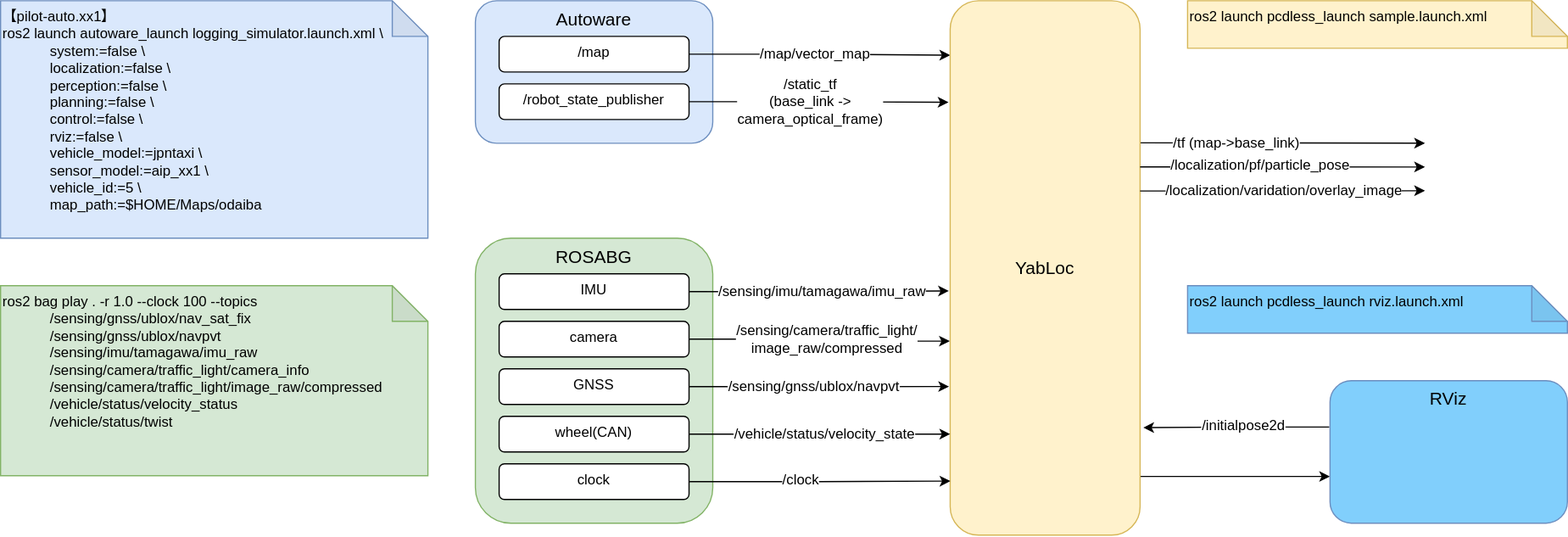
rsasaki0109/YabLoc keeps this draw.io diagram as docs/how_to_launch_with_rosbag.drawio.svg. Above is the earlier version. Source tidied: cells renumbered, new cells last; positions are measured from the earlier drawing's top-left corner, leaving out a move shared by most shapes.
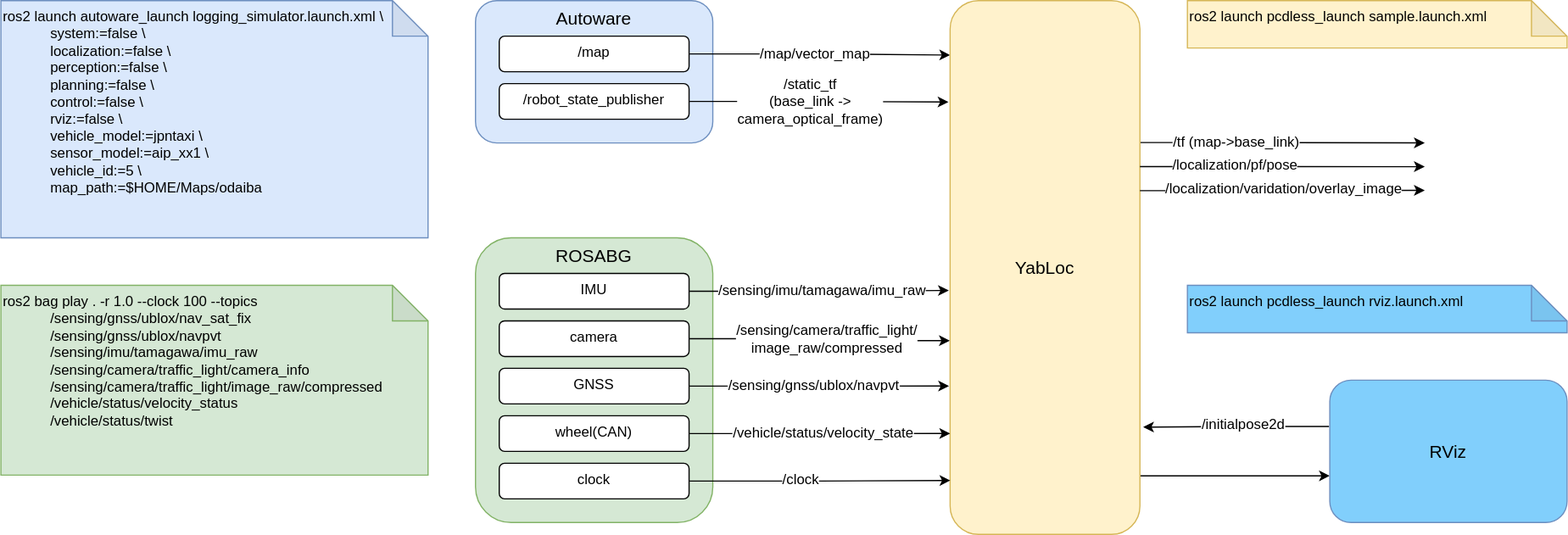
The same file after the commit.

Diff of the diagram source:
```diff
@@ -112,7 +112,7 @@
     <mxCell id="31" value="/initialpose2d" style="edgeLabel;html=1;align=center;verticalAlign=middle;fontSize=12;fontColor=#000000;" parent="30" vertex="1">
       <mxGeometry x="-0.08" y="-1" relative="1" as="geometry" />
     </mxCell>
-    <mxCell id="32" value="&lt;font style=&quot;font-size: 15px;&quot;&gt;RViz&lt;/font&gt;" style="rounded=1;whiteSpace=wrap;html=1;verticalAlign=top;fillColor=#81CFFC;strokeColor=#6c8ebf;" parent="1" vertex="1">
+    <mxCell id="32" value="&lt;font style=&quot;font-size: 15px;&quot;&gt;RViz&lt;/font&gt;" style="rounded=1;whiteSpace=wrap;html=1;verticalAlign=middle;fillColor=#81CFFC;strokeColor=#6c8ebf;" parent="1" vertex="1">
       <mxGeometry x="1120" y="320" width="200" height="120" as="geometry" />
     </mxCell>
     <mxCell id="33" value="&lt;font style=&quot;&quot;&gt;&lt;font style=&quot;font-size: 12px;&quot;&gt;&amp;nbsp;ros2 launch pcdless_launch rviz.launch.xml&lt;/font&gt;&lt;br&gt;&lt;/font&gt;" style="shape=note;whiteSpace=wrap;html=1;backgroundOutline=1;darkOpacity=0.05;align=left;verticalAlign=top;fillColor=#81CFFC;strokeColor=#6c8ebf;" parent="1" vertex="1">
@@ -123,9 +123,9 @@
         <mxPoint x="1200" y="140" as="targetPoint" />
       </mxGeometry>
     </mxCell>
-    <mxCell id="35" value="/localization/pf/particle_pose" style="edgeLabel;html=1;align=center;verticalAlign=middle;fontSize=12;fontColor=#000000;" parent="34" vertex="1">
+    <mxCell id="35" value="/localization/pf/pose" style="edgeLabel;html=1;align=center;verticalAlign=middle;fontSize=12;fontColor=#000000;" parent="34" vertex="1">
       <mxGeometry x="-0.11" y="1" relative="1" as="geometry">
-        <mxPoint x="-6" as="offset" />
+        <mxPoint x="-26" as="offset" />
       </mxGeometry>
     </mxCell>
     <mxCell id="36" style="edgeStyle=orthogonalEdgeStyle;rounded=0;jettySize=auto;html=1;fontSize=8;fontColor=#000000;exitX=1;exitY=0.356;exitDx=0;exitDy=0;exitPerimeter=0;" parent="1" edge="1" source="13">
@@ -141,7 +141,7 @@
     <mxCell id="38" value="&lt;div style=&quot;&quot;&gt;&lt;div style=&quot;&quot;&gt;&lt;font style=&quot;font-size: 12px;&quot;&gt;ros2 bag play . -r 1.0 --clock 100 --topics&lt;/font&gt;&lt;/div&gt;&lt;/div&gt;&lt;blockquote style=&quot;margin: 0px 0px 0px 40px; border: none; padding: 0px;&quot;&gt;&lt;div style=&quot;&quot;&gt;&lt;div&gt;&lt;font style=&quot;font-size: 12px;&quot;&gt;/sensing/gnss/ublox/nav_sat_fix&lt;/font&gt;&lt;/div&gt;&lt;/div&gt;&lt;div style=&quot;&quot;&gt;&lt;div&gt;&lt;font style=&quot;font-size: 12px;&quot;&gt;/sensing/gnss/ublox/navpvt&lt;/font&gt;&lt;/div&gt;&lt;/div&gt;&lt;div style=&quot;&quot;&gt;&lt;div&gt;&lt;font style=&quot;font-size: 12px;&quot;&gt;/sensing/imu/tamagawa/imu_raw&amp;nbsp;&lt;/font&gt;&lt;/div&gt;&lt;/div&gt;&lt;div style=&quot;&quot;&gt;&lt;div&gt;&lt;font style=&quot;font-size: 12px;&quot;&gt;/sensing/camera/traffic_light/camera_info&lt;/font&gt;&lt;/div&gt;&lt;/div&gt;&lt;div style=&quot;&quot;&gt;&lt;div&gt;&lt;font style=&quot;font-size: 12px;&quot;&gt;/sensing/camera/traffic_light/image_raw/compressed&lt;/font&gt;&lt;/div&gt;&lt;/div&gt;&lt;div style=&quot;&quot;&gt;&lt;div&gt;&lt;font style=&quot;font-size: 12px;&quot;&gt;/vehicle/status/velocity_status&lt;/font&gt;&lt;/div&gt;&lt;/div&gt;&lt;div style=&quot;&quot;&gt;&lt;div&gt;&lt;font style=&quot;font-size: 12px;&quot;&gt;/vehicle/status/twist&lt;/font&gt;&lt;/div&gt;&lt;/div&gt;&lt;/blockquote&gt;&lt;div style=&quot;&quot;&gt;&lt;div&gt;&lt;br&gt;&lt;/div&gt;&lt;/div&gt;" style="shape=note;whiteSpace=wrap;html=1;backgroundOutline=1;darkOpacity=0.05;align=left;verticalAlign=top;fillColor=#d5e8d4;strokeColor=#82b366;spacing=2;" parent="1" vertex="1">
       <mxGeometry y="240" width="360" height="160" as="geometry" />
     </mxCell>
-    <mxCell id="39" value="&lt;font style=&quot;font-size: 12px;&quot;&gt;&lt;font style=&quot;font-size: 12px;&quot;&gt;【pilot-auto.xx1】&lt;br&gt;ros2 launch autoware_launch logging_simulator.launch.xml \&lt;br&gt;&lt;/font&gt;&lt;/font&gt;&lt;blockquote style=&quot;margin: 0px 0px 0px 40px; border: none; padding: 0px;&quot;&gt;&lt;font style=&quot;font-size: 12px;&quot;&gt;&lt;font style=&quot;font-size: 12px;&quot;&gt;system:=false \&lt;br&gt;&lt;/font&gt;&lt;font style=&quot;font-size: 12px;&quot;&gt;localization:=false \&lt;br&gt;&lt;/font&gt;&lt;font style=&quot;font-size: 12px;&quot;&gt;perception:=false \&lt;br&gt;&lt;/font&gt;&lt;font style=&quot;font-size: 12px;&quot;&gt;planning:=false \&lt;br&gt;&lt;/font&gt;&lt;font style=&quot;font-size: 12px;&quot;&gt;control:=false \&lt;br&gt;&lt;/font&gt;&lt;font style=&quot;font-size: 12px;&quot;&gt;rviz:=false \&lt;br&gt;&lt;/font&gt;&lt;font style=&quot;font-size: 12px;&quot;&gt;vehicle_model:=jpntaxi \&lt;br&gt;&lt;/font&gt;&lt;font style=&quot;font-size: 12px;&quot;&gt;sensor_model:=aip_xx1 \&lt;br&gt;&lt;/font&gt;&lt;font style=&quot;font-size: 12px;&quot;&gt;vehicle_id:=5 \&lt;br&gt;&lt;/font&gt;&lt;font style=&quot;font-size: 12px;&quot;&gt;map_path:=$HOME/Maps/odaiba&lt;/font&gt;&lt;/font&gt;&lt;/blockquote&gt;" style="shape=note;whiteSpace=wrap;html=1;backgroundOutline=1;darkOpacity=0.05;fillColor=#dae8fc;strokeColor=#6c8ebf;align=left;verticalAlign=top;" parent="1" vertex="1">
+    <mxCell id="39" value="&lt;font style=&quot;font-size: 12px;&quot;&gt;&lt;font style=&quot;font-size: 12px;&quot;&gt;ros2 launch autoware_launch logging_simulator.launch.xml \&lt;br&gt;&lt;/font&gt;&lt;/font&gt;&lt;blockquote style=&quot;margin: 0px 0px 0px 40px; border: none; padding: 0px;&quot;&gt;&lt;font style=&quot;font-size: 12px;&quot;&gt;&lt;font style=&quot;font-size: 12px;&quot;&gt;system:=false \&lt;br&gt;&lt;/font&gt;&lt;font style=&quot;font-size: 12px;&quot;&gt;localization:=false \&lt;br&gt;&lt;/font&gt;&lt;font style=&quot;font-size: 12px;&quot;&gt;perception:=false \&lt;br&gt;&lt;/font&gt;&lt;font style=&quot;font-size: 12px;&quot;&gt;planning:=false \&lt;br&gt;&lt;/font&gt;&lt;font style=&quot;font-size: 12px;&quot;&gt;control:=false \&lt;br&gt;&lt;/font&gt;&lt;font style=&quot;font-size: 12px;&quot;&gt;rviz:=false \&lt;br&gt;&lt;/font&gt;&lt;font style=&quot;font-size: 12px;&quot;&gt;vehicle_model:=jpntaxi \&lt;br&gt;&lt;/font&gt;&lt;font style=&quot;font-size: 12px;&quot;&gt;sensor_model:=aip_xx1 \&lt;br&gt;&lt;/font&gt;&lt;font style=&quot;font-size: 12px;&quot;&gt;vehicle_id:=5 \&lt;br&gt;&lt;/font&gt;&lt;font style=&quot;font-size: 12px;&quot;&gt;map_path:=$HOME/Maps/odaiba&lt;/font&gt;&lt;/font&gt;&lt;/blockquote&gt;" style="shape=note;whiteSpace=wrap;html=1;backgroundOutline=1;darkOpacity=0.05;fillColor=#dae8fc;strokeColor=#6c8ebf;align=left;verticalAlign=top;" parent="1" vertex="1">
       <mxGeometry width="360" height="200" as="geometry" />
     </mxCell>
   </root>
```
